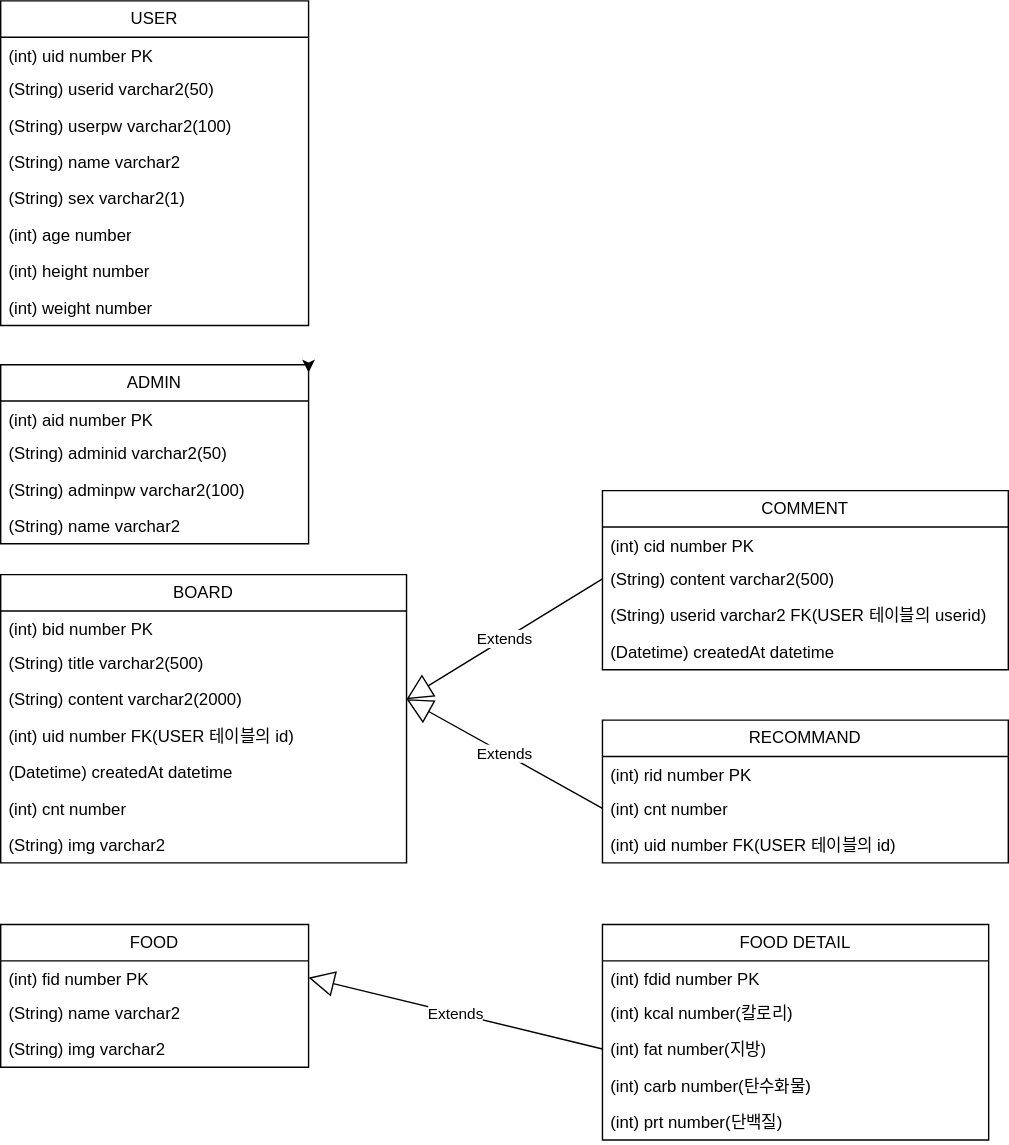
Before: document/제목 없는 다이어그램.drawio.svg, a diagram exported from draw.io (checkIn97/Diet-Project). Source tidied: cells renumbered, new cells last; positions are measured from the earlier drawing's top-left corner, leaving out a move shared by most shapes.
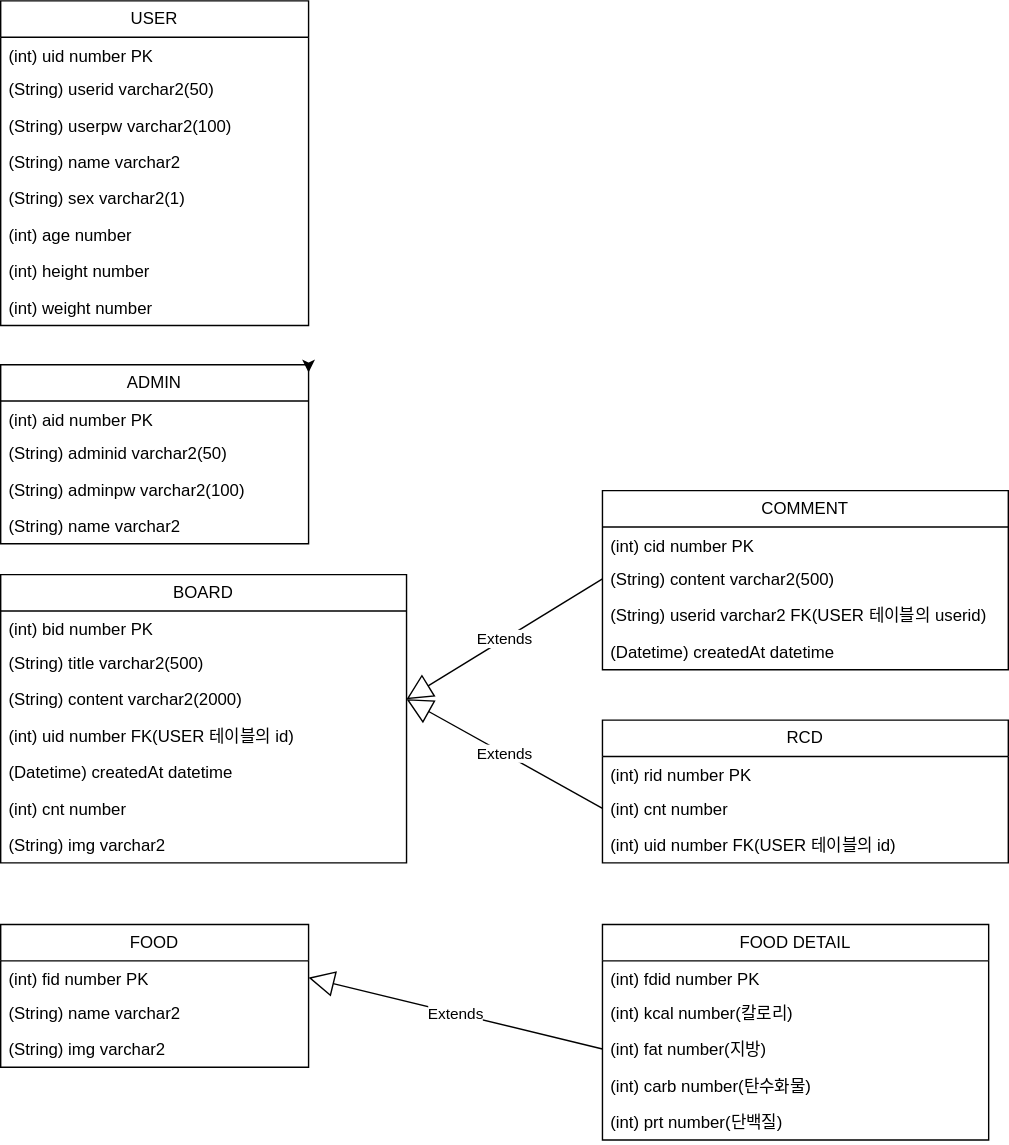
After the change.

Commit message:
#5-제목 없는 다이어그램.drawio.svg 업데이트

The edit, as a diff of the source:
```diff
@@ -98,7 +98,7 @@
     <mxCell id="33" value="(Datetime) createdAt datetime" style="text;strokeColor=none;fillColor=none;align=left;verticalAlign=top;spacingLeft=4;spacingRight=4;overflow=hidden;whiteSpace=wrap;html=1;" parent="29" vertex="1">
       <mxGeometry y="102" width="290" height="26" as="geometry" />
     </mxCell>
-    <mxCell id="34" value="RECOMMAND" style="swimlane;fontStyle=0;horizontal=1;startSize=26;fillColor=none;whiteSpace=wrap;html=1;" parent="1" vertex="1">
+    <mxCell id="34" value="RCD" style="swimlane;fontStyle=0;horizontal=1;startSize=26;fillColor=none;whiteSpace=wrap;html=1;" parent="1" vertex="1">
       <mxGeometry x="430" y="514" width="290" height="102" as="geometry" />
     </mxCell>
     <mxCell id="35" value="(int) rid number PK" style="text;strokeColor=none;fillColor=none;align=left;verticalAlign=top;spacingLeft=4;spacingRight=4;overflow=hidden;whiteSpace=wrap;html=1;" parent="34" vertex="1">
```
